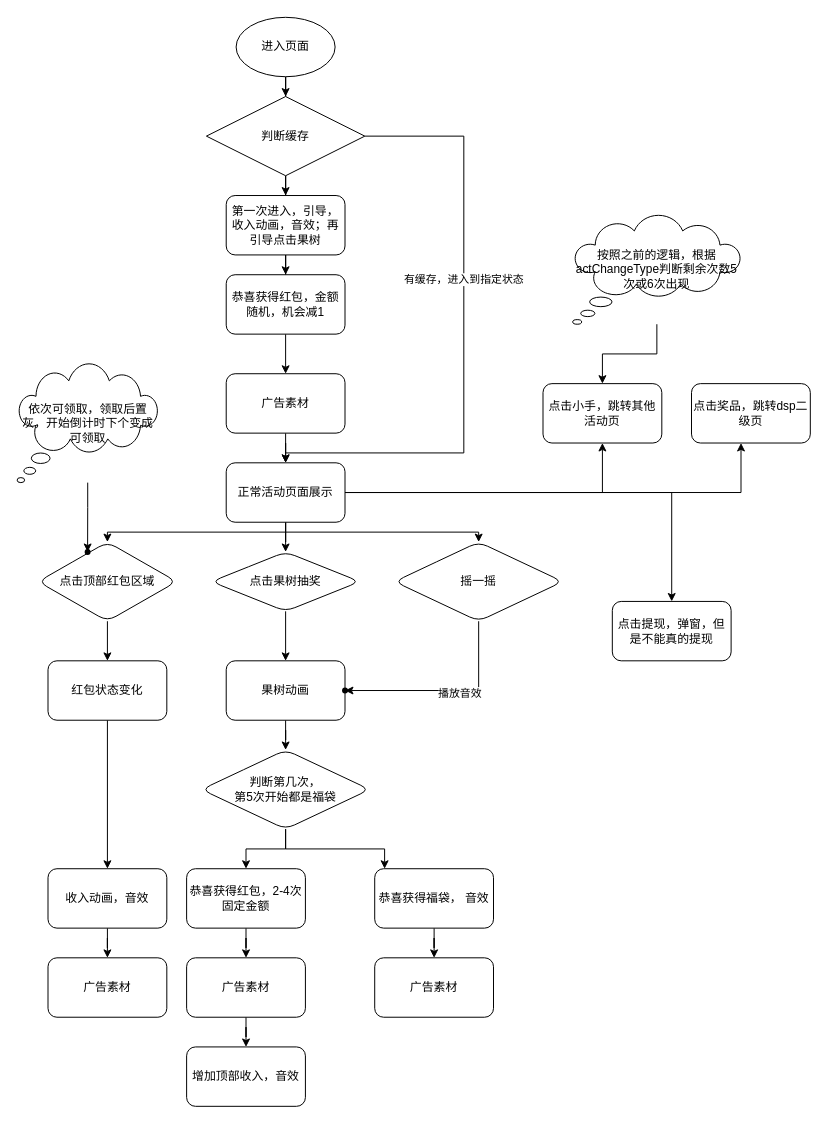
Before: 果树.drawio in ahao430/draw, a draw.io diagram. Source tidied: cells renumbered, new cells numbered last; positions are measured from the earlier drawing's top-left corner, leaving out a move shared by most shapes. Both pictures are drawn from the tidied source at 99%, with x=0, y=0 at pixel (17, 17).
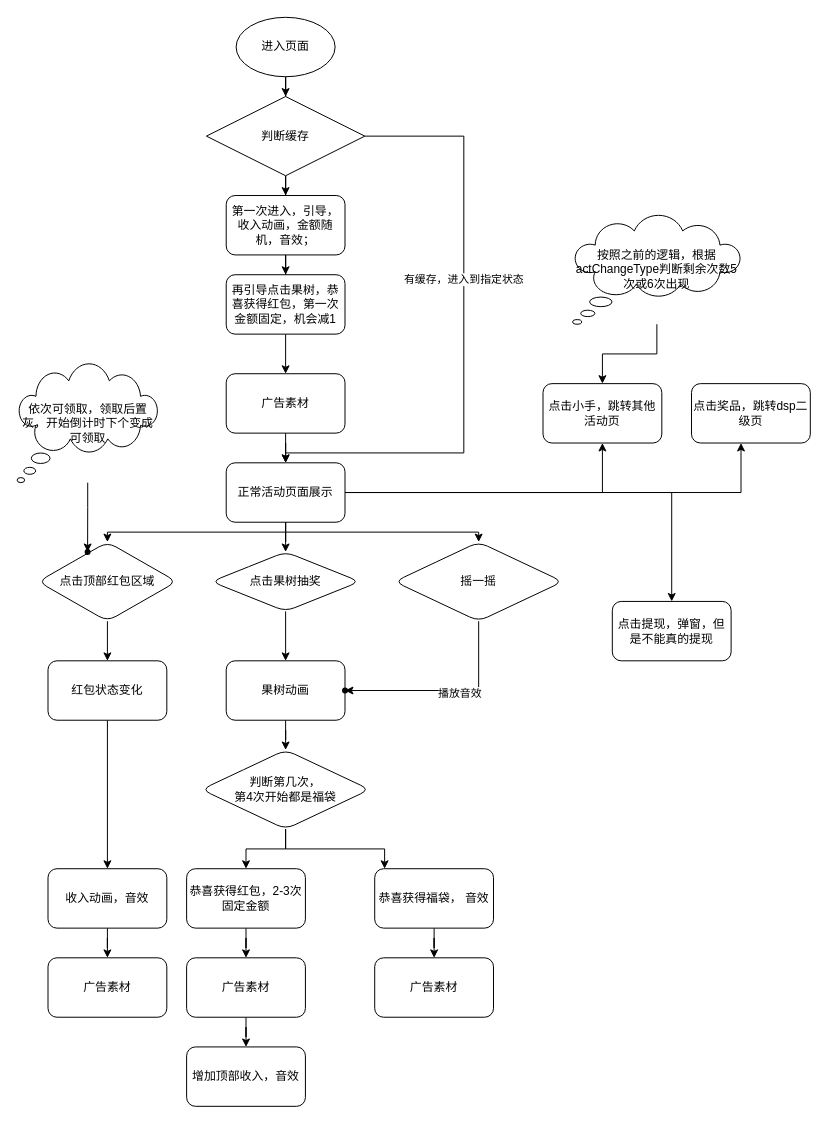
The same page after the edit.

What changed in the source:
```diff
@@
-    <mxCell id="9" value="第一次进入，引导，收入动画，音效；再引导点击果树" style="rounded=1;whiteSpace=wrap;html=1;" parent="1" vertex="1">
+    <mxCell id="9" value="第一次进入，引导，收入动画，金额随机，音效；" style="rounded=1;whiteSpace=wrap;html=1;" parent="1" vertex="1">
       <mxGeometry x="211" y="180" width="120" height="60" as="geometry" />
     </mxCell>
@@
-    <mxCell id="32" value="判断第几次，&lt;br&gt;第5次开始都是福袋" style="rhombus;whiteSpace=wrap;html=1;rounded=1;" parent="1" vertex="1">
+    <mxCell id="32" value="判断第几次，&lt;br&gt;第4次开始都是福袋" style="rhombus;whiteSpace=wrap;html=1;rounded=1;" parent="1" vertex="1">
       <mxGeometry x="186" y="740" width="170" height="80" as="geometry" />
     </mxCell>
@@
-    <mxCell id="36" value="恭喜获得红包，金额随机，机会减1" style="whiteSpace=wrap;html=1;rounded=1;" parent="1" vertex="1">
+    <mxCell id="36" value="再引导点击果树，恭喜获得红包，第一次金额固定，机会减1" style="whiteSpace=wrap;html=1;rounded=1;" parent="1" vertex="1">
       <mxGeometry x="211" y="260" width="120" height="60" as="geometry" />
     </mxCell>
@@
-    <mxCell id="40" value="恭喜获得红包，2-4次固定金额" style="whiteSpace=wrap;html=1;rounded=1;" parent="1" vertex="1">
+    <mxCell id="40" value="恭喜获得红包，2-3次固定金额" style="whiteSpace=wrap;html=1;rounded=1;" parent="1" vertex="1">
       <mxGeometry x="171" y="860" width="120" height="60" as="geometry" />
     </mxCell>
```
